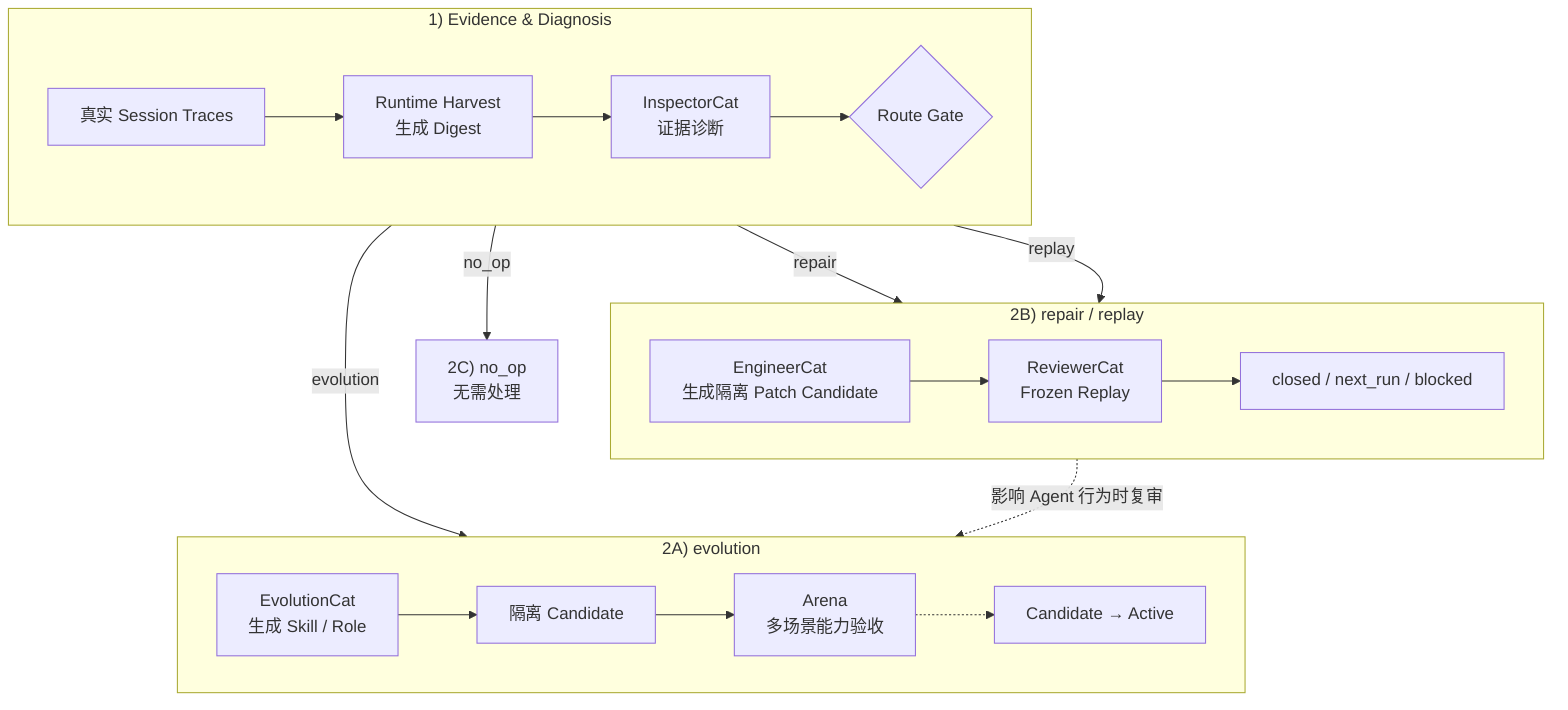
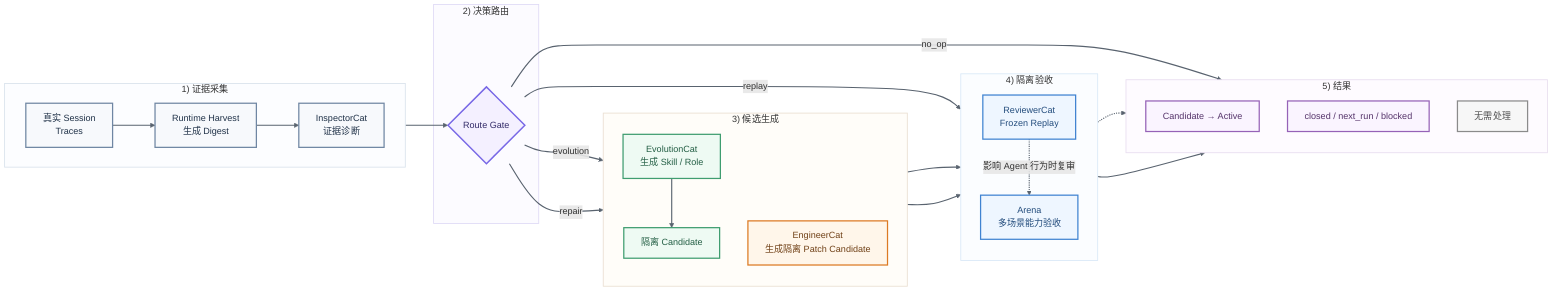
- flowchart TB
-     subgraph Intake["1) Evidence & Diagnosis"]
+ flowchart LR
+     subgraph Evidence["1) 证据采集"]
        direction LR
-         Trace["真实 Session Traces"] --> Harvest["Runtime Harvest<br/>生成 Digest"]
+         Trace["真实 Session<br/>Traces"] --> Harvest["Runtime Harvest<br/>生成 Digest"]
        Harvest --> Inspector["InspectorCat<br/>证据诊断"]
-         Inspector --> Gate{"Route Gate"}
    end

-     subgraph EvolutionPath["2A) evolution"]
-         direction LR
-         Evolution["EvolutionCat<br/>生成 Skill / Role"] --> Candidate["隔离 Candidate"]
-         Candidate --> Arena["Arena<br/>多场景能力验收"]
-         Arena -.-> Active["Candidate → Active"]
+     subgraph Routing["2) 决策路由"]
+         Gate{"Route Gate"}
    end

-     subgraph RepairPath["2B) repair / replay"]
-         direction LR
-         Engineer["EngineerCat<br/>生成隔离 Patch Candidate"] --> Reviewer["ReviewerCat<br/>Frozen Replay"]
-         Reviewer --> ReviewEnd["closed / next_run / blocked"]
+     subgraph Generation["3) 候选生成"]
+         direction TB
+         Evolution["EvolutionCat<br/>生成 Skill / Role"] --> Candidate["隔离 Candidate"]
+         Engineer["EngineerCat<br/>生成隔离 Patch Candidate"]
    end

-     NoOp["2C) no_op<br/>无需处理"]
+     subgraph Verification["4) 隔离验收"]
+         direction TB
+         Arena["Arena<br/>多场景能力验收"]
+         Reviewer["ReviewerCat<br/>Frozen Replay"]
+     end

-     Intake -->|evolution| EvolutionPath
-     Intake -->|repair| RepairPath
-     Intake -->|replay| RepairPath
-     Intake -->|no_op| NoOp
-     RepairPath -.->|"影响 Agent 行为时复审"| EvolutionPath
+     subgraph Results["5) 结果"]
+         direction TB
+         Active["Candidate → Active"]
+         ReviewEnd["closed / next_run / blocked"]
+         NoOp["无需处理"]
+     end
+ 
+     Inspector --> Gate
+     Gate -->|evolution| Evolution
+     Gate -->|repair| Engineer
+     Gate -->|replay| Reviewer
+     Gate -->|no_op| NoOp
+     Candidate --> Arena
+     Engineer --> Reviewer
+     Reviewer -.->|"影响 Agent 行为时复审"| Arena
+     Arena -.-> Active
+     Reviewer --> ReviewEnd
+ 
+     classDef evidence fill:#f7f9fc,stroke:#6f86a3,stroke-width:2.2px,color:#203248;
+     classDef route fill:#f4f0ff,stroke:#7868e6,stroke-width:2.6px,color:#322a68;
+     classDef evolution fill:#eefaf3,stroke:#3f9d70,stroke-width:2.2px,color:#245f45;
+     classDef repair fill:#fff6ea,stroke:#dc7a24,stroke-width:2.2px,color:#704117;
+     classDef verify fill:#eef6ff,stroke:#3f83d1,stroke-width:2.2px,color:#244d7d;
+     classDef result fill:#faf4ff,stroke:#9662b7,stroke-width:2.2px,color:#55336a;
+     classDef noop fill:#f7f7f7,stroke:#8b8b8b,stroke-width:2.2px,color:#4d4d4d;
+ 
+     class Trace,Harvest,Inspector evidence;
+     class Gate route;
+     class Evolution,Candidate evolution;
+     class Engineer repair;
+     class Arena,Reviewer verify;
+     class Active,ReviewEnd result;
+     class NoOp noop;
+ 
+     style Evidence fill:#fcfdff,stroke:#d9e2ec,stroke-width:1.5px
+     style Routing fill:#fcfbff,stroke:#dfdaf6,stroke-width:1.5px
+     style Generation fill:#fffdf9,stroke:#eadfd2,stroke-width:1.5px
+     style Verification fill:#fbfdff,stroke:#d9e8f7,stroke-width:1.5px
+     style Results fill:#fefbff,stroke:#e8ddef,stroke-width:1.5px
+ 
+     linkStyle default stroke:#59636f,stroke-width:2px;
